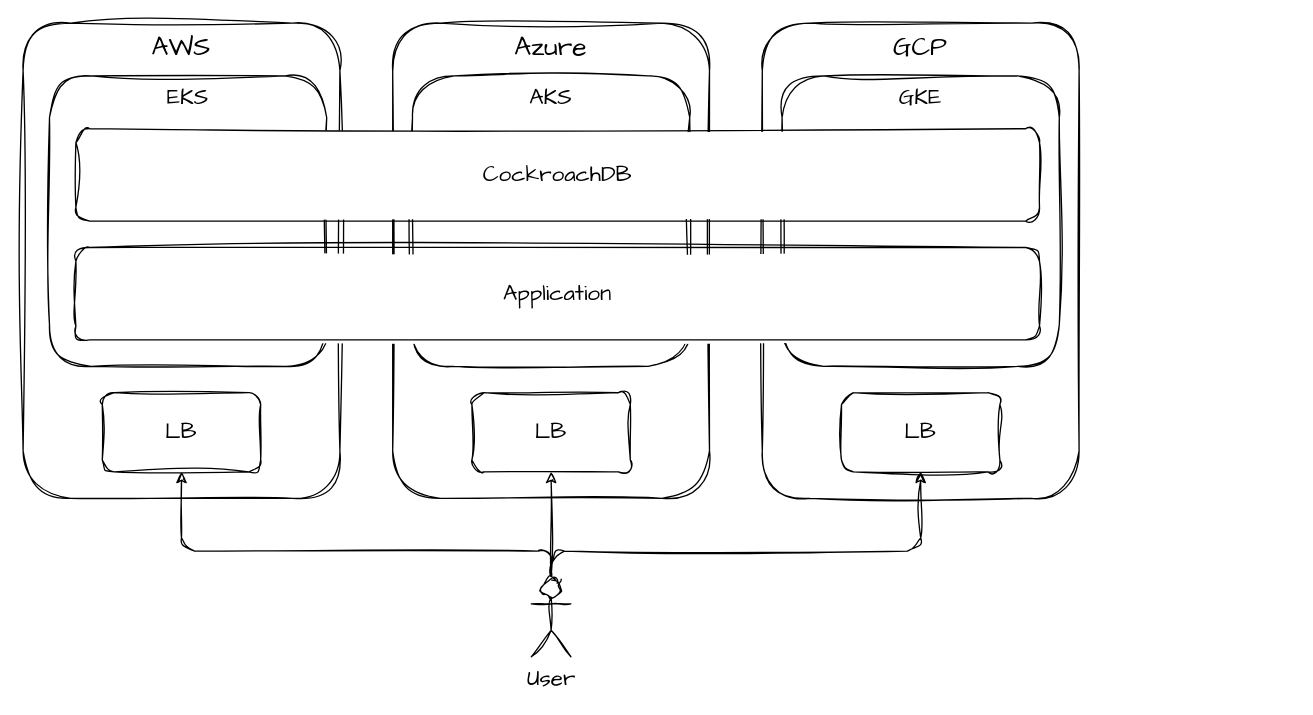
Above: the-world/architecture/diagram.drawio in KubeCrash/fall2023 (draw.io), before the change. Source tidied: cells renumbered, new cells numbered last; positions are measured from the earlier drawing's top-left corner, leaving out a move shared by most shapes. Both pictures are drawn from the tidied source at 132%, with x=0, y=0 at pixel (22, 22).
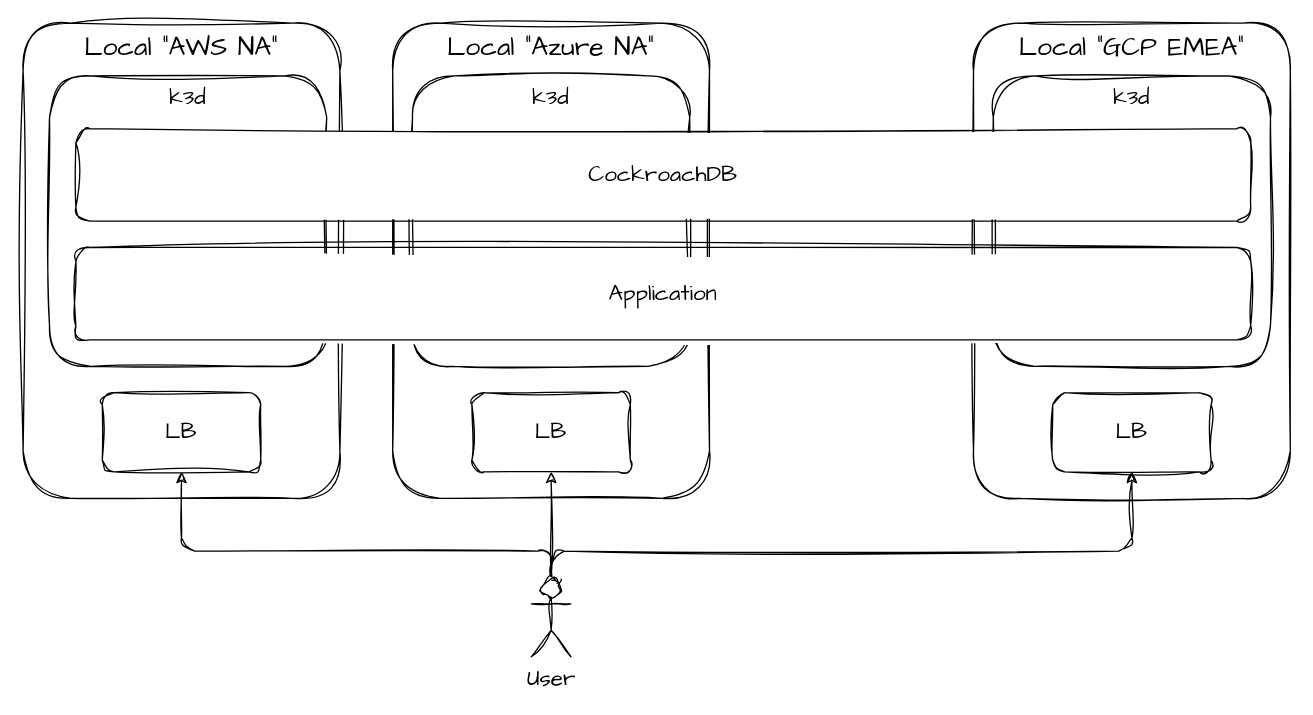
After the change.

Unchanged cells that the change refers to:
```xml
<mxCell id="16" value="User" style="shape=umlActor;verticalLabelPosition=bottom;verticalAlign=top;html=1;outlineConnect=0;sketch=1;hachureGap=4;jiggle=2;curveFitting=1;fontFamily=Architects Daughter;fontSize=17;fillColor=default;" parent="1" vertex="1">
  <mxGeometry x="385" y="420" width="30" height="60" as="geometry" />
</mxCell>
```

The edit, as a diff of the source:
```diff
@@
-    <mxCell id="2" value="AWS" style="rounded=1;whiteSpace=wrap;html=1;sketch=1;hachureGap=4;jiggle=2;curveFitting=1;fontFamily=Architects Daughter;fontSize=20;fillColor=default;verticalAlign=top;" parent="1" vertex="1">
+    <mxCell id="2" value="Local &quot;AWS NA&quot;" style="rounded=1;whiteSpace=wrap;html=1;sketch=1;hachureGap=4;jiggle=2;curveFitting=1;fontFamily=Architects Daughter;fontSize=20;fillColor=default;verticalAlign=top;" parent="1" vertex="1">
       <mxGeometry width="240" height="360" as="geometry" />
     </mxCell>
-    <mxCell id="3" value="EKS" style="rounded=1;whiteSpace=wrap;html=1;sketch=1;hachureGap=4;jiggle=2;curveFitting=1;fontFamily=Architects Daughter;fontSize=17;fillColor=default;verticalAlign=top;" parent="1" vertex="1">
+    <mxCell id="3" value="k3d" style="rounded=1;whiteSpace=wrap;html=1;sketch=1;hachureGap=4;jiggle=2;curveFitting=1;fontFamily=Architects Daughter;fontSize=17;fillColor=default;verticalAlign=top;" parent="1" vertex="1">
       <mxGeometry x="20" y="40" width="210" height="220" as="geometry" />
     </mxCell>
-    <mxCell id="4" value="Azure" style="rounded=1;whiteSpace=wrap;html=1;sketch=1;hachureGap=4;jiggle=2;curveFitting=1;fontFamily=Architects Daughter;fontSize=20;fillColor=default;verticalAlign=top;" parent="1" vertex="1">
+    <mxCell id="4" value="Local &quot;Azure NA&quot;" style="rounded=1;whiteSpace=wrap;html=1;sketch=1;hachureGap=4;jiggle=2;curveFitting=1;fontFamily=Architects Daughter;fontSize=20;fillColor=default;verticalAlign=top;" parent="1" vertex="1">
       <mxGeometry x="280" width="240" height="360" as="geometry" />
     </mxCell>
-    <mxCell id="5" value="GCP" style="rounded=1;whiteSpace=wrap;html=1;sketch=1;hachureGap=4;jiggle=2;curveFitting=1;fontFamily=Architects Daughter;fontSize=20;fillColor=default;verticalAlign=top;" parent="1" vertex="1">
-      <mxGeometry x="560" width="240" height="360" as="geometry" />
+    <mxCell id="5" value="Local &quot;GCP EMEA&quot;" style="rounded=1;whiteSpace=wrap;html=1;sketch=1;hachureGap=4;jiggle=2;curveFitting=1;fontFamily=Architects Daughter;fontSize=20;fillColor=default;verticalAlign=top;" parent="1" vertex="1">
+      <mxGeometry x="720" width="240" height="360" as="geometry" />
     </mxCell>
-    <mxCell id="6" value="GKE" style="rounded=1;whiteSpace=wrap;html=1;sketch=1;hachureGap=4;jiggle=2;curveFitting=1;fontFamily=Architects Daughter;fontSize=17;fillColor=default;verticalAlign=top;" parent="1" vertex="1">
-      <mxGeometry x="575" y="40" width="210" height="220" as="geometry" />
+    <mxCell id="6" value="k3d" style="rounded=1;whiteSpace=wrap;html=1;sketch=1;hachureGap=4;jiggle=2;curveFitting=1;fontFamily=Architects Daughter;fontSize=17;fillColor=default;verticalAlign=top;" parent="1" vertex="1">
+      <mxGeometry x="735" y="40" width="210" height="220" as="geometry" />
     </mxCell>
-    <mxCell id="7" value="AKS" style="rounded=1;whiteSpace=wrap;html=1;sketch=1;hachureGap=4;jiggle=2;curveFitting=1;fontFamily=Architects Daughter;fontSize=17;fillColor=default;verticalAlign=top;" parent="1" vertex="1">
+    <mxCell id="7" value="k3d" style="rounded=1;whiteSpace=wrap;html=1;sketch=1;hachureGap=4;jiggle=2;curveFitting=1;fontFamily=Architects Daughter;fontSize=17;fillColor=default;verticalAlign=top;" parent="1" vertex="1">
       <mxGeometry x="295" y="40" width="210" height="220" as="geometry" />
     </mxCell>
     <mxCell id="8" value="CockroachDB" style="rounded=1;whiteSpace=wrap;html=1;sketch=1;hachureGap=4;jiggle=2;curveFitting=1;fontFamily=Architects Daughter;fontSize=17;fillColor=default;verticalAlign=middle;" parent="1" vertex="1">
-      <mxGeometry x="40" y="80" width="730" height="70" as="geometry" />
+      <mxGeometry x="40" y="80" width="890" height="70" as="geometry" />
     </mxCell>
     <mxCell id="9" value="Application" style="rounded=1;whiteSpace=wrap;html=1;sketch=1;hachureGap=4;jiggle=2;curveFitting=1;fontFamily=Architects Daughter;fontSize=17;fillColor=default;verticalAlign=middle;" parent="1" vertex="1">
-      <mxGeometry x="40" y="170" width="730" height="70" as="geometry" />
+      <mxGeometry x="40" y="170" width="890" height="70" as="geometry" />
     </mxCell>
@@
     <mxCell id="12" value="LB" style="rounded=1;whiteSpace=wrap;html=1;sketch=1;hachureGap=4;jiggle=2;curveFitting=1;fontFamily=Architects Daughter;fontSize=17;fillColor=default;" parent="1" vertex="1">
-      <mxGeometry x="620" y="280" width="120" height="60" as="geometry" />
+      <mxGeometry x="780" y="280" width="120" height="60" as="geometry" />
     </mxCell>
@@
     <mxCell id="15" style="edgeStyle=orthogonalEdgeStyle;sketch=1;hachureGap=4;jiggle=2;curveFitting=1;html=1;entryX=0.5;entryY=1;entryDx=0;entryDy=0;fontFamily=Architects Daughter;fontSize=17;" parent="1" edge="1" source="16" target="12">
       <mxGeometry relative="1" as="geometry">
         <Array as="points">
           <mxPoint x="400" y="400" />
-          <mxPoint x="680" y="400" />
+          <mxPoint x="840" y="400" />
         </Array>
       </mxGeometry>
     </mxCell>
```
